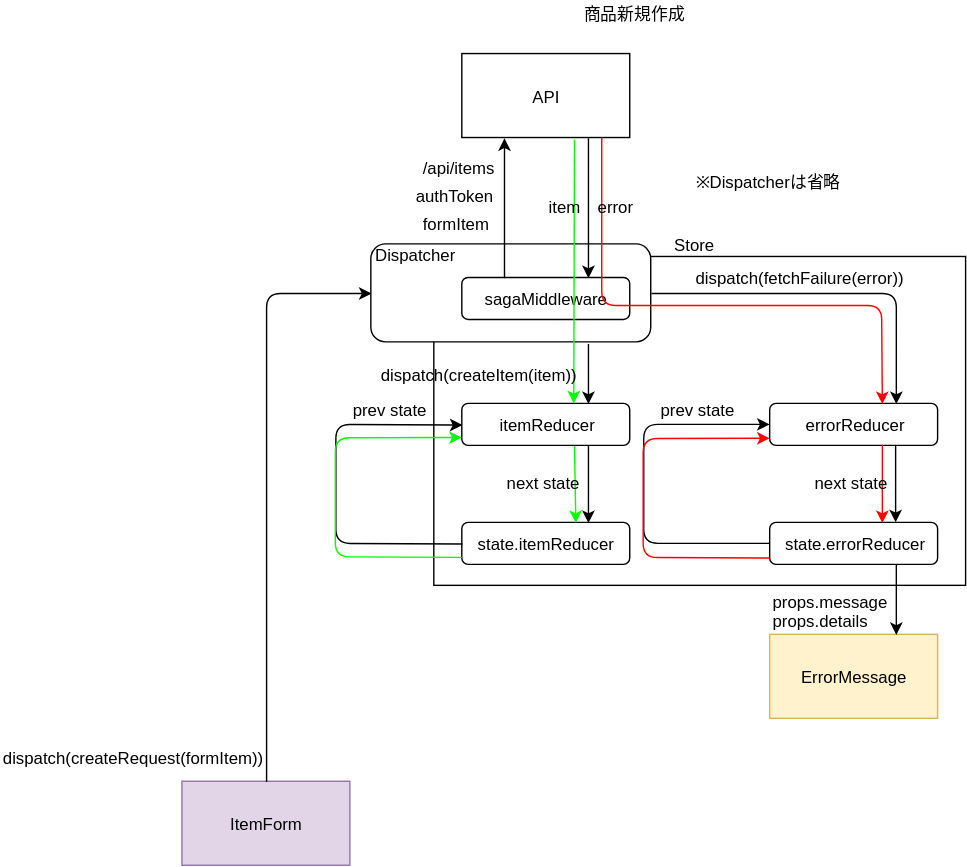
Before: diagram/dataFlow/create.svg, a diagram exported from draw.io (emgniddikur/react-app). Source tidied: cells renumbered, new cells last; positions are measured from the earlier drawing's top-left corner, leaving out a move shared by most shapes.
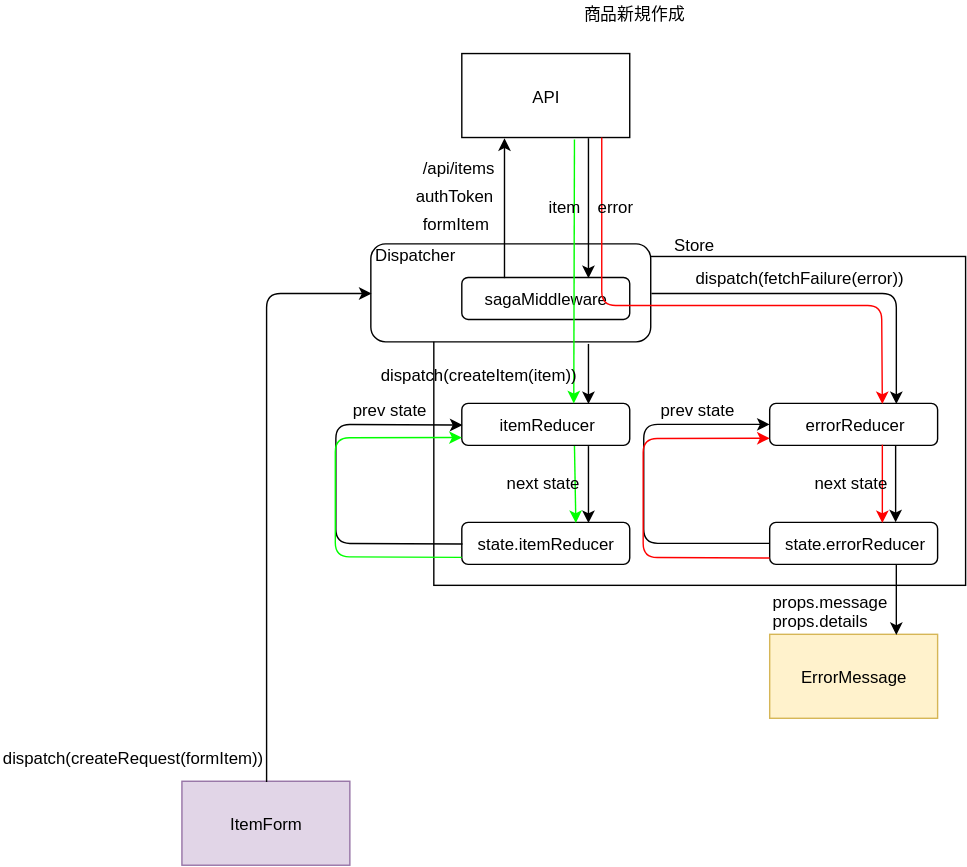
Later version of the same file.

Change to the diagram source:
```diff
@@ -167,9 +167,6 @@
         </Array>
       </mxGeometry>
     </mxCell>
-    <mxCell id="40" value="※Dispatcherは省略" style="text;html=1;align=left;verticalAlign=top;spacingTop=-4;" parent="1" vertex="1">
-      <mxGeometry x="494.5" y="120" width="120" height="20" as="geometry" />
-    </mxCell>
     <mxCell id="41" value="商品新規作成" style="text;html=1;align=left;verticalAlign=top;spacingTop=-4;" parent="1" vertex="1">
       <mxGeometry x="414.5" width="90" height="20" as="geometry" />
     </mxCell>
```
